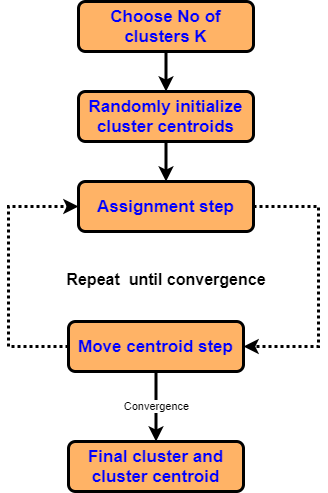
This is Inner_Working_K_Means.png from satishgunjal/Images, a draw.io export, as it was before one commit. Source tidied: cells renumbered, new cells last; positions are measured from the earlier drawing's top-left corner, leaving out a move shared by most shapes. The source it was exported from:
```xml
<mxGraphModel>
  <root>
    <mxCell id="0" />
    <mxCell id="1" parent="0" />
    <mxCell id="2" style="edgeStyle=orthogonalEdgeStyle;rounded=0;jettySize=auto;html=1;strokeWidth=3;" parent="1" edge="1" source="3" target="5">
      <mxGeometry relative="1" as="geometry" />
    </mxCell>
    <mxCell id="3" value="&lt;span style=&quot;font-size: 17px&quot;&gt;Choose No of clusters K&lt;br&gt;&lt;/span&gt;" style="rounded=1;whiteSpace=wrap;html=1;absoluteArcSize=1;arcSize=14;strokeWidth=3;fontSize=17;fontStyle=1;fontColor=#0000FF;fillColor=#FFB366;" parent="1" vertex="1">
      <mxGeometry x="70" width="175" height="50" as="geometry" />
    </mxCell>
    <mxCell id="4" style="edgeStyle=orthogonalEdgeStyle;rounded=0;jettySize=auto;html=1;strokeWidth=3;" parent="1" edge="1" source="5" target="10">
      <mxGeometry relative="1" as="geometry" />
    </mxCell>
    <mxCell id="5" value="&lt;span style=&quot;font-size: 17px&quot;&gt;Randomly initialize cluster centroids&lt;br&gt;&lt;/span&gt;" style="rounded=1;whiteSpace=wrap;html=1;absoluteArcSize=1;arcSize=14;strokeWidth=3;fontSize=17;fontStyle=1;fontColor=#0000FF;fillColor=#FFB366;" parent="1" vertex="1">
      <mxGeometry x="70" y="90" width="175" height="50" as="geometry" />
    </mxCell>
    <mxCell id="6" style="edgeStyle=orthogonalEdgeStyle;rounded=0;jettySize=auto;html=1;entryX=0;entryY=0.5;entryDx=0;entryDy=0;exitX=0;exitY=0.5;exitDx=0;exitDy=0;strokeWidth=3;dashed=1;dashPattern=1 1;" parent="1" edge="1" source="8" target="10">
      <mxGeometry relative="1" as="geometry">
        <Array as="points">
          <mxPoint y="345" />
          <mxPoint y="205" />
        </Array>
      </mxGeometry>
    </mxCell>
    <mxCell id="7" value="Convergence" style="edgeStyle=orthogonalEdgeStyle;rounded=0;jettySize=auto;html=1;strokeWidth=3;" parent="1" edge="1" source="8" target="12">
      <mxGeometry relative="1" as="geometry" />
    </mxCell>
    <mxCell id="8" value="Move centroid step" style="rounded=1;whiteSpace=wrap;html=1;absoluteArcSize=1;arcSize=14;strokeWidth=3;fontSize=17;fontStyle=1;fontColor=#0000FF;fillColor=#FFB366;" parent="1" vertex="1">
      <mxGeometry x="60" y="320" width="175" height="50" as="geometry" />
    </mxCell>
    <mxCell id="9" style="edgeStyle=orthogonalEdgeStyle;rounded=0;jettySize=auto;html=1;entryX=1;entryY=0.5;entryDx=0;entryDy=0;exitX=1;exitY=0.5;exitDx=0;exitDy=0;strokeWidth=3;dashed=1;dashPattern=1 1;" parent="1" edge="1" source="10" target="8">
      <mxGeometry relative="1" as="geometry">
        <Array as="points">
          <mxPoint x="310" y="205" />
          <mxPoint x="310" y="345" />
        </Array>
      </mxGeometry>
    </mxCell>
    <mxCell id="10" value="Assignment step" style="rounded=1;whiteSpace=wrap;html=1;absoluteArcSize=1;arcSize=14;strokeWidth=3;fontSize=17;fontStyle=1;fontColor=#0000FF;fillColor=#FFB366;" parent="1" vertex="1">
      <mxGeometry x="70" y="180" width="175" height="50" as="geometry" />
    </mxCell>
    <mxCell id="11" value="&lt;font style=&quot;font-size: 16px&quot;&gt;Repeat&amp;nbsp; until convergence&lt;/font&gt;" style="text;html=1;strokeColor=none;fillColor=none;align=center;verticalAlign=middle;whiteSpace=wrap;rounded=0;fontStyle=1;fontSize=14;" parent="1" vertex="1">
      <mxGeometry x="52.5" y="268" width="210" height="20" as="geometry" />
    </mxCell>
    <mxCell id="12" value="&lt;span style=&quot;font-size: 17px&quot;&gt;Final cluster and cluster centroid&lt;br&gt;&lt;/span&gt;" style="rounded=1;whiteSpace=wrap;html=1;absoluteArcSize=1;arcSize=14;strokeWidth=3;fontSize=17;fontStyle=1;fontColor=#0000FF;fillColor=#FFB366;" parent="1" vertex="1">
      <mxGeometry x="60" y="440" width="175" height="50" as="geometry" />
    </mxCell>
  </root>
</mxGraphModel>
```
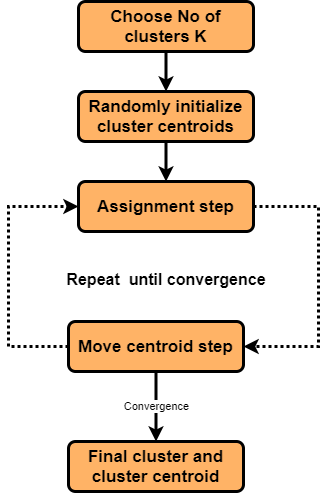
The same file after the commit.

What changed in the source:
```diff
@@ -5,13 +5,13 @@
     <mxCell id="2" style="edgeStyle=orthogonalEdgeStyle;rounded=0;jettySize=auto;html=1;strokeWidth=3;" parent="1" edge="1" source="3" target="5">
       <mxGeometry relative="1" as="geometry" />
     </mxCell>
-    <mxCell id="3" value="&lt;span style=&quot;font-size: 17px&quot;&gt;Choose No of clusters K&lt;br&gt;&lt;/span&gt;" style="rounded=1;whiteSpace=wrap;html=1;absoluteArcSize=1;arcSize=14;strokeWidth=3;fontSize=17;fontStyle=1;fontColor=#0000FF;fillColor=#FFB366;" parent="1" vertex="1">
+    <mxCell id="3" value="&lt;span style=&quot;font-size: 17px&quot;&gt;&lt;font color=&quot;#000000&quot;&gt;Choose No of clusters K&lt;/font&gt;&lt;br&gt;&lt;/span&gt;" style="rounded=1;whiteSpace=wrap;html=1;absoluteArcSize=1;arcSize=14;strokeWidth=3;fontSize=17;fontStyle=1;fontColor=#0000FF;fillColor=#FFB366;" parent="1" vertex="1">
       <mxGeometry x="70" width="175" height="50" as="geometry" />
     </mxCell>
     <mxCell id="4" style="edgeStyle=orthogonalEdgeStyle;rounded=0;jettySize=auto;html=1;strokeWidth=3;" parent="1" edge="1" source="5" target="10">
       <mxGeometry relative="1" as="geometry" />
     </mxCell>
-    <mxCell id="5" value="&lt;span style=&quot;font-size: 17px&quot;&gt;Randomly initialize cluster centroids&lt;br&gt;&lt;/span&gt;" style="rounded=1;whiteSpace=wrap;html=1;absoluteArcSize=1;arcSize=14;strokeWidth=3;fontSize=17;fontStyle=1;fontColor=#0000FF;fillColor=#FFB366;" parent="1" vertex="1">
+    <mxCell id="5" value="&lt;span style=&quot;font-size: 17px&quot;&gt;&lt;font color=&quot;#000000&quot;&gt;Randomly initialize cluster centroids&lt;/font&gt;&lt;br&gt;&lt;/span&gt;" style="rounded=1;whiteSpace=wrap;html=1;absoluteArcSize=1;arcSize=14;strokeWidth=3;fontSize=17;fontStyle=1;fontColor=#0000FF;fillColor=#FFB366;" parent="1" vertex="1">
       <mxGeometry x="70" y="90" width="175" height="50" as="geometry" />
     </mxCell>
     <mxCell id="6" style="edgeStyle=orthogonalEdgeStyle;rounded=0;jettySize=auto;html=1;entryX=0;entryY=0.5;entryDx=0;entryDy=0;exitX=0;exitY=0.5;exitDx=0;exitDy=0;strokeWidth=3;dashed=1;dashPattern=1 1;" parent="1" edge="1" source="8" target="10">
@@ -25,7 +25,7 @@
     <mxCell id="7" value="Convergence" style="edgeStyle=orthogonalEdgeStyle;rounded=0;jettySize=auto;html=1;strokeWidth=3;" parent="1" edge="1" source="8" target="12">
       <mxGeometry relative="1" as="geometry" />
     </mxCell>
-    <mxCell id="8" value="Move centroid step" style="rounded=1;whiteSpace=wrap;html=1;absoluteArcSize=1;arcSize=14;strokeWidth=3;fontSize=17;fontStyle=1;fontColor=#0000FF;fillColor=#FFB366;" parent="1" vertex="1">
+    <mxCell id="8" value="&lt;font color=&quot;#000000&quot;&gt;Move centroid step&lt;/font&gt;" style="rounded=1;whiteSpace=wrap;html=1;absoluteArcSize=1;arcSize=14;strokeWidth=3;fontSize=17;fontStyle=1;fontColor=#0000FF;fillColor=#FFB366;" parent="1" vertex="1">
       <mxGeometry x="60" y="320" width="175" height="50" as="geometry" />
     </mxCell>
     <mxCell id="9" style="edgeStyle=orthogonalEdgeStyle;rounded=0;jettySize=auto;html=1;entryX=1;entryY=0.5;entryDx=0;entryDy=0;exitX=1;exitY=0.5;exitDx=0;exitDy=0;strokeWidth=3;dashed=1;dashPattern=1 1;" parent="1" edge="1" source="10" target="8">
@@ -36,13 +36,13 @@
         </Array>
       </mxGeometry>
     </mxCell>
-    <mxCell id="10" value="Assignment step" style="rounded=1;whiteSpace=wrap;html=1;absoluteArcSize=1;arcSize=14;strokeWidth=3;fontSize=17;fontStyle=1;fontColor=#0000FF;fillColor=#FFB366;" parent="1" vertex="1">
+    <mxCell id="10" value="&lt;font color=&quot;#000000&quot;&gt;Assignment step&lt;/font&gt;" style="rounded=1;whiteSpace=wrap;html=1;absoluteArcSize=1;arcSize=14;strokeWidth=3;fontSize=17;fontStyle=1;fontColor=#0000FF;fillColor=#FFB366;" parent="1" vertex="1">
       <mxGeometry x="70" y="180" width="175" height="50" as="geometry" />
     </mxCell>
     <mxCell id="11" value="&lt;font style=&quot;font-size: 16px&quot;&gt;Repeat&amp;nbsp; until convergence&lt;/font&gt;" style="text;html=1;strokeColor=none;fillColor=none;align=center;verticalAlign=middle;whiteSpace=wrap;rounded=0;fontStyle=1;fontSize=14;" parent="1" vertex="1">
       <mxGeometry x="52.5" y="268" width="210" height="20" as="geometry" />
     </mxCell>
-    <mxCell id="12" value="&lt;span style=&quot;font-size: 17px&quot;&gt;Final cluster and cluster centroid&lt;br&gt;&lt;/span&gt;" style="rounded=1;whiteSpace=wrap;html=1;absoluteArcSize=1;arcSize=14;strokeWidth=3;fontSize=17;fontStyle=1;fontColor=#0000FF;fillColor=#FFB366;" parent="1" vertex="1">
+    <mxCell id="12" value="&lt;span style=&quot;font-size: 17px&quot;&gt;&lt;font color=&quot;#000000&quot;&gt;Final cluster and cluster centroid&lt;/font&gt;&lt;br&gt;&lt;/span&gt;" style="rounded=1;whiteSpace=wrap;html=1;absoluteArcSize=1;arcSize=14;strokeWidth=3;fontSize=17;fontStyle=1;fontColor=#0000FF;fillColor=#FFB366;" parent="1" vertex="1">
       <mxGeometry x="60" y="440" width="175" height="50" as="geometry" />
     </mxCell>
   </root>
```
